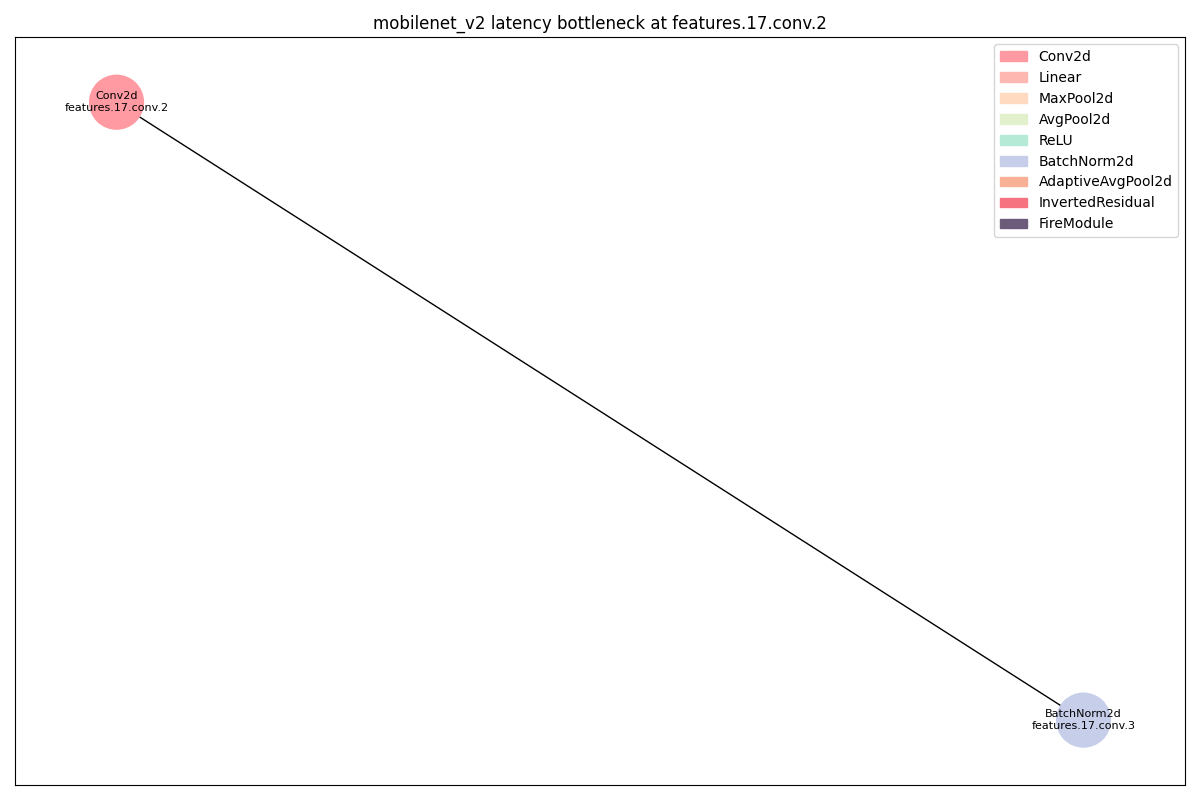
11222-Meng/DNN_Bottlen_Layer_Analysis keeps this Graphviz diagram as dags/mobilenet_v2_latency_features_17_conv_2_op.png. Above is the earlier version. Its source is kept beside it as dags/mobilenet_v2_latency_features_17_conv_2_op.dot.
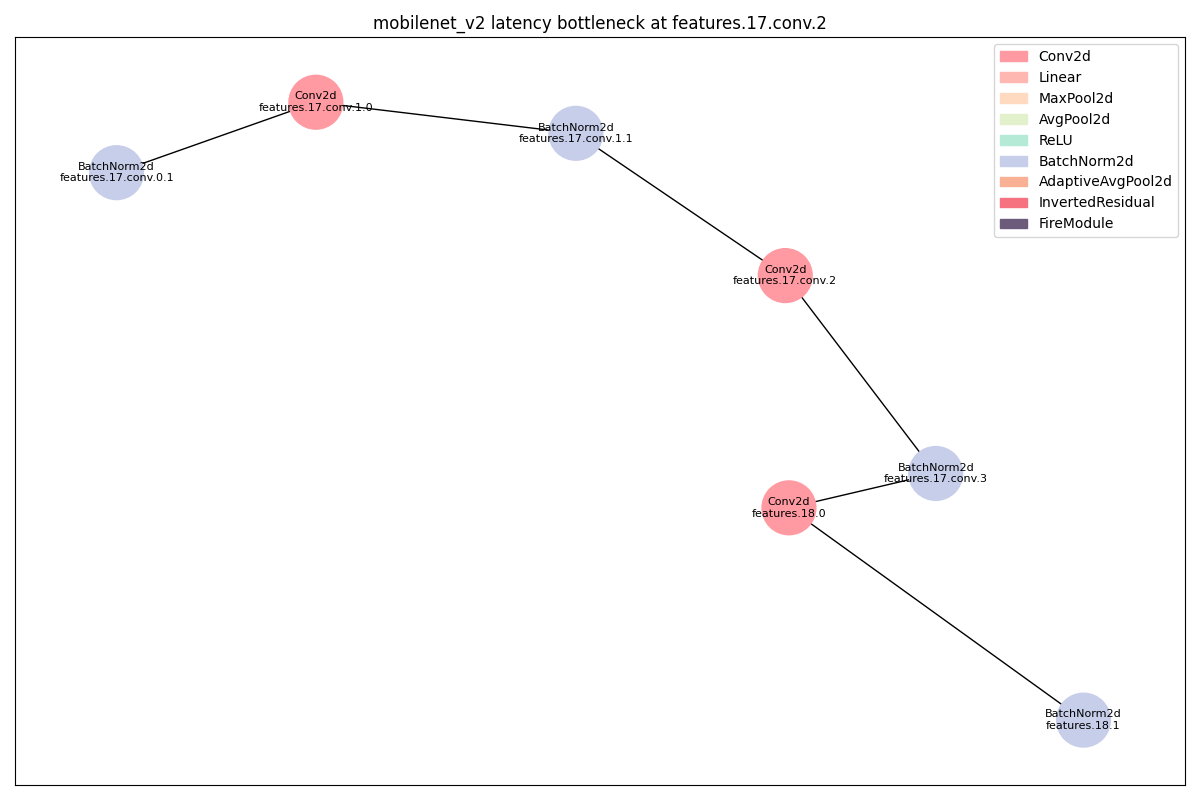
The same diagram one commit later.

Change to the diagram source:
```diff
@@ -1,11 +1,36 @@
 strict digraph "" {
+	BatchNorm2d_0	[color="#C7CEEA",
+		layer_name="features.17.conv.0.1",
+		params=1920,
+		type=BatchNorm2d];
 	Conv2d_0	[color="#FF9AA2",
+		layer_name="features.17.conv.1.0",
+		params=8640,
+		type=Conv2d];
+	BatchNorm2d_0 -> Conv2d_0;
+	BatchNorm2d_1	[color="#C7CEEA",
+		layer_name="features.17.conv.1.1",
+		params=1920,
+		type=BatchNorm2d];
+	Conv2d_0 -> BatchNorm2d_1;
+	Conv2d_1	[color="#FF9AA2",
 		layer_name="features.17.conv.2",
 		params=307200,
 		type=Conv2d];
-	BatchNorm2d_0	[color="#C7CEEA",
+	BatchNorm2d_1 -> Conv2d_1;
+	BatchNorm2d_2	[color="#C7CEEA",
 		layer_name="features.17.conv.3",
 		params=640,
 		type=BatchNorm2d];
-	Conv2d_0 -> BatchNorm2d_0;
+	Conv2d_1 -> BatchNorm2d_2;
+	Conv2d_2	[color="#FF9AA2",
+		layer_name="features.18.0",
+		params=409600,
+		type=Conv2d];
+	BatchNorm2d_2 -> Conv2d_2;
+	BatchNorm2d_3	[color="#C7CEEA",
+		layer_name="features.18.1",
+		params=2560,
+		type=BatchNorm2d];
+	Conv2d_2 -> BatchNorm2d_3;
 }
```
